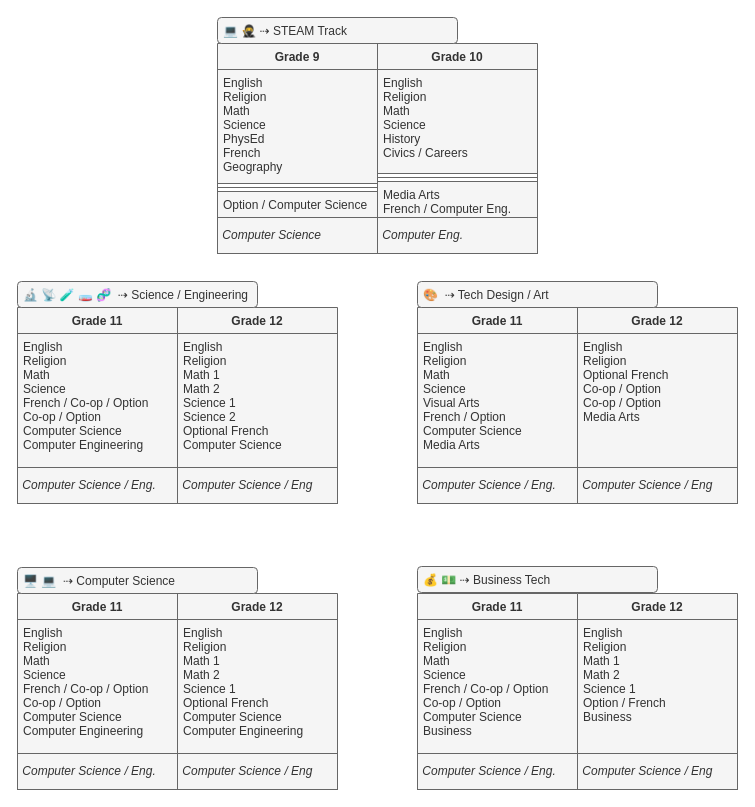
Mr-Coxall/STEAM keeps this draw.io diagram as STEAM.drawio. Above is the earlier version. Source tidied: cells renumbered, new cells numbered last; positions are measured from the earlier drawing's top-left corner, leaving out a move shared by most shapes. Both pictures are drawn from the tidied source at 100%, with x=0, y=0 at pixel (17, 17).
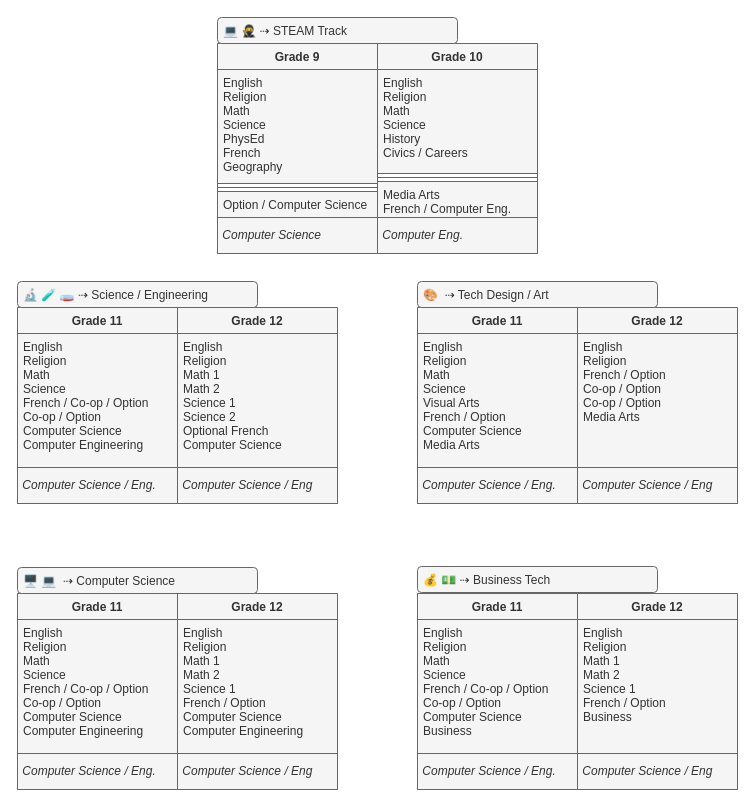
Above is the later version.

Unchanged cells that the change refers to:
```xml
<mxCell id="16" value="Grade 12" style="swimlane;fontStyle=1;align=center;verticalAlign=top;horizontal=1;startSize=26;fillColor=#f5f5f5;fontColor=#333333;strokeColor=#666666;" parent="1" vertex="1">
  <mxGeometry x="560" y="290" width="160" height="160" as="geometry" />
</mxCell>
<mxCell id="22" value="Grade 12" style="swimlane;fontStyle=1;align=center;verticalAlign=top;horizontal=1;startSize=26;fillColor=#f5f5f5;fontColor=#333333;strokeColor=#666666;" parent="1" vertex="1">
  <mxGeometry x="160" y="576" width="160" height="160" as="geometry" />
</mxCell>
<mxCell id="28" value="Grade 12" style="swimlane;fontStyle=1;align=center;verticalAlign=top;horizontal=1;startSize=26;fillColor=#f5f5f5;fontColor=#333333;strokeColor=#666666;" parent="1" vertex="1">
  <mxGeometry x="560" y="576" width="160" height="160" as="geometry" />
</mxCell>
```

Change to the diagram source:
```diff
@@
-    <mxCell id="17" value="English&#10;Religion&#10;Optional French&#10;Co-op / Option&#10;Co-op / Option&#10;Media Arts&#10;" style="text;fillColor=#f5f5f5;align=left;verticalAlign=top;spacingLeft=4;spacingRight=4;overflow=hidden;fontColor=#333333;strokeColor=#666666;" parent="16" vertex="1">
+    <mxCell id="17" value="English&#10;Religion&#10;French / Option&#10;Co-op / Option&#10;Co-op / Option&#10;Media Arts&#10;" style="text;fillColor=#f5f5f5;align=left;verticalAlign=top;spacingLeft=4;spacingRight=4;overflow=hidden;fontColor=#333333;strokeColor=#666666;" parent="16" vertex="1">
       <mxGeometry y="26" width="160" height="134" as="geometry" />
     </mxCell>
@@
-    <mxCell id="23" value="English&#10;Religion&#10;Math 1&#10;Math 2&#10;Science 1&#10;Optional French&#10;Computer Science&#10;Computer Engineering" style="text;strokeColor=#666666;fillColor=#f5f5f5;align=left;verticalAlign=top;spacingLeft=4;spacingRight=4;overflow=hidden;fontColor=#333333;" parent="22" vertex="1">
+    <mxCell id="23" value="English&#10;Religion&#10;Math 1&#10;Math 2&#10;Science 1&#10;French / Option&#10;Computer Science&#10;Computer Engineering" style="text;strokeColor=#666666;fillColor=#f5f5f5;align=left;verticalAlign=top;spacingLeft=4;spacingRight=4;overflow=hidden;fontColor=#333333;" parent="22" vertex="1">
       <mxGeometry y="26" width="160" height="134" as="geometry" />
     </mxCell>
@@
-    <mxCell id="29" value="English&#10;Religion&#10;Math 1&#10;Math 2&#10;Science 1&#10;Option / French&#10;Business" style="text;strokeColor=#666666;fillColor=#f5f5f5;align=left;verticalAlign=top;spacingLeft=4;spacingRight=4;overflow=hidden;fontColor=#333333;" parent="28" vertex="1">
+    <mxCell id="29" value="English&#10;Religion&#10;Math 1&#10;Math 2&#10;Science 1&#10;French / Option&#10;Business" style="text;strokeColor=#666666;fillColor=#f5f5f5;align=left;verticalAlign=top;spacingLeft=4;spacingRight=4;overflow=hidden;fontColor=#333333;" parent="28" vertex="1">
       <mxGeometry y="26" width="160" height="134" as="geometry" />
     </mxCell>
@@
-    <mxCell id="38" value="🔬 📡 🧪 🧫 🧬  ⇢ Science / Engineering" style="text;strokeColor=#666666;fillColor=#f5f5f5;align=left;verticalAlign=top;spacingLeft=4;spacingRight=4;overflow=hidden;fontColor=#333333;rounded=1;" parent="1" vertex="1">
+    <mxCell id="38" value="🔬 🧪 🧫 ⇢ Science / Engineering" style="text;strokeColor=#666666;fillColor=#f5f5f5;align=left;verticalAlign=top;spacingLeft=4;spacingRight=4;overflow=hidden;fontColor=#333333;rounded=1;" parent="1" vertex="1">
       <mxGeometry y="264" width="240" height="26" as="geometry" />
     </mxCell>
```
